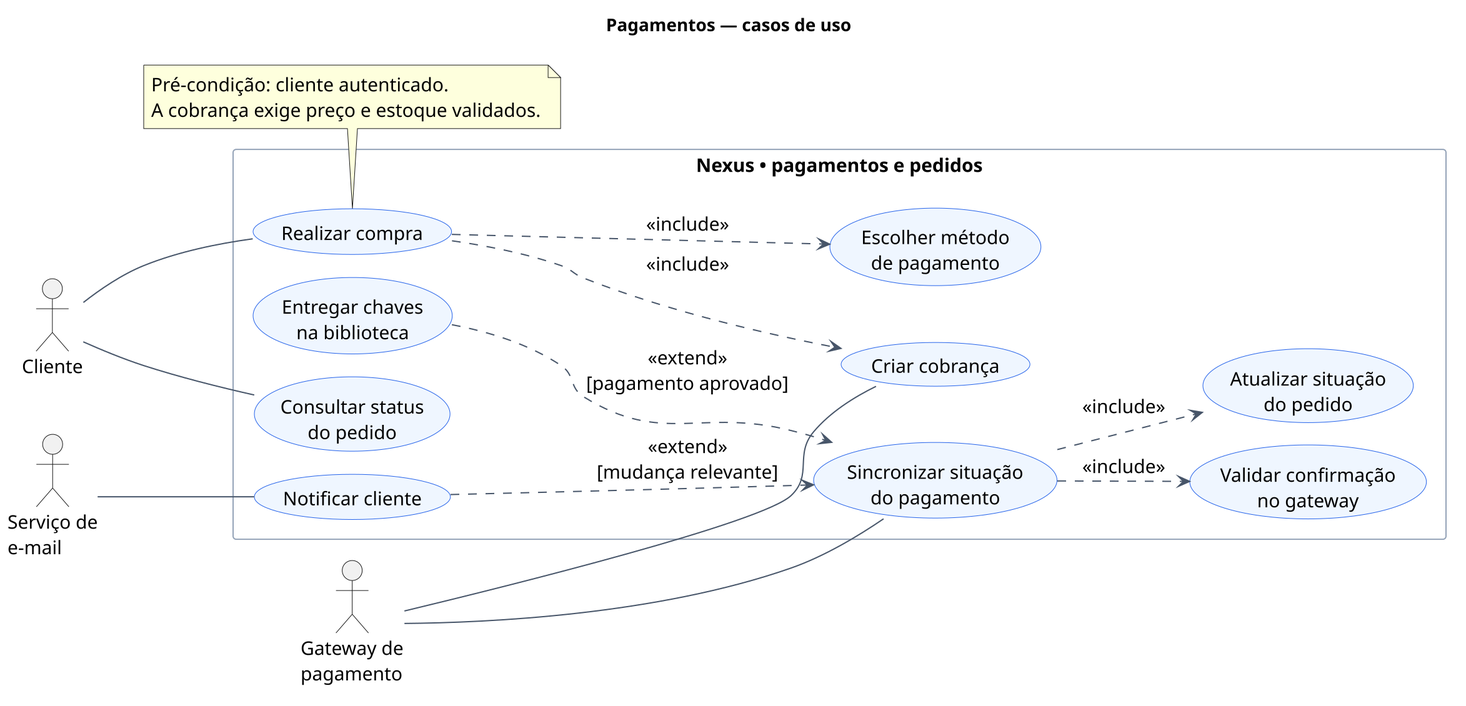
Before: documentacao/evolucao/diagramas/01-casos-uso-pagamento.png, a diagram exported from PlantUML (Mumurilo375/nexusFull). Its source is kept beside it as documentacao/evolucao/diagramas/01-casos-uso-pagamento.puml.
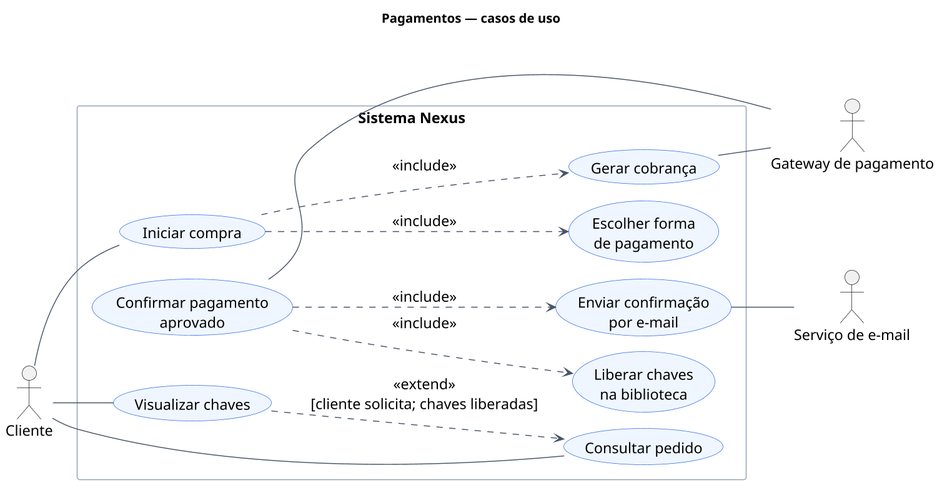
The same diagram one commit later.

Diff of the diagram source:
```diff
@@ -4,40 +4,40 @@
 skinparam backgroundColor white
 skinparam shadowing false
 skinparam defaultFontName SansSerif
-skinparam defaultFontSize 15
+skinparam defaultFontSize 16
+skinparam dpi 140
 skinparam ArrowColor #475569
 skinparam usecaseBackgroundColor #EFF6FF
 skinparam usecaseBorderColor #2563EB
 skinparam rectangleBorderColor #94A3B8
+skinparam nodesep 45
+skinparam ranksep 65
 title Pagamentos — casos de uso
 
-actor Cliente as cliente
-actor "Gateway de\npagamento" as gateway
-actor "Serviço de\ne-mail" as email
-rectangle "Nexus • pagamentos e pedidos" {
-  usecase "Realizar compra" as compra
-  usecase "Escolher método\nde pagamento" as metodo
-  usecase "Criar cobrança" as cobranca
-  usecase "Sincronizar situação\ndo pagamento" as sincronizar
-  usecase "Validar confirmação\nno gateway" as validar
-  usecase "Atualizar situação\ndo pedido" as atualizar
-  usecase "Entregar chaves\nna biblioteca" as entregar
-  usecase "Notificar cliente" as notificar
-  usecase "Consultar status\ndo pedido" as consultar
+actor Cliente as C
+actor "Gateway de pagamento" as G
+actor "Serviço de e-mail" as E
+
+rectangle "Sistema Nexus" {
+  usecase "Iniciar compra" as Compra
+  usecase "Escolher forma\nde pagamento" as Metodo
+  usecase "Gerar cobrança" as Cobranca
+  usecase "Confirmar pagamento\naprovado" as Confirmar
+  usecase "Liberar chaves\nna biblioteca" as Liberar
+  usecase "Enviar confirmação\npor e-mail" as Email
+  usecase "Consultar pedido" as Pedido
+  usecase "Visualizar chaves" as Chaves
 }
-cliente -- compra
-cliente -- consultar
-compra ..> metodo : <<include>>
-compra ..> cobranca : <<include>>
-gateway -- cobranca
-gateway -- sincronizar
-sincronizar ..> validar : <<include>>
-sincronizar ..> atualizar : <<include>>
-entregar ..> sincronizar : <<extend>>\n[pagamento aprovado]
-notificar ..> sincronizar : <<extend>>\n[mudança relevante]
-email -- notificar
-note bottom of compra
-  Pré-condição: cliente autenticado.
-  A cobrança exige preço e estoque validados.
-end note
+
+C -- Compra
+C -- Pedido
+C -- Chaves
+Compra ..> Metodo : <<include>>
+Compra ..> Cobranca : <<include>>
+Cobranca -- G
+Confirmar -- G
+Confirmar ..> Liberar : <<include>>
+Confirmar ..> Email : <<include>>
+Email -- E
+Chaves ..> Pedido : <<extend>>\n[cliente solicita; chaves liberadas]
 @enduml
```
